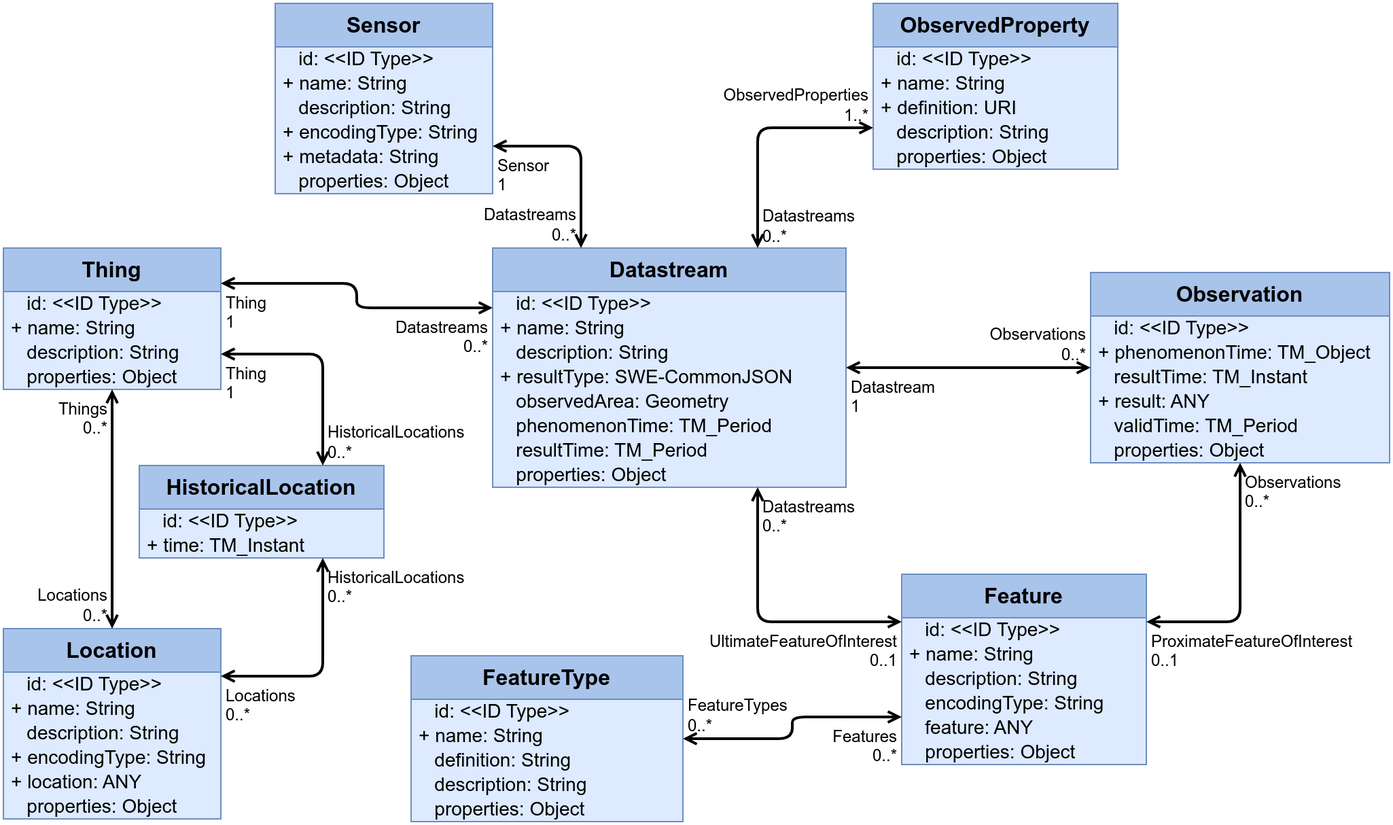
opengeospatial/sensorthings keeps this draw.io diagram as figures/Datamodel-SensorThingsApi-V2-Core.drawio.png. Above is the earlier version. Source tidied: cells renumbered, new cells last; positions are measured from the earlier drawing's top-left corner, leaving out a move shared by most shapes.
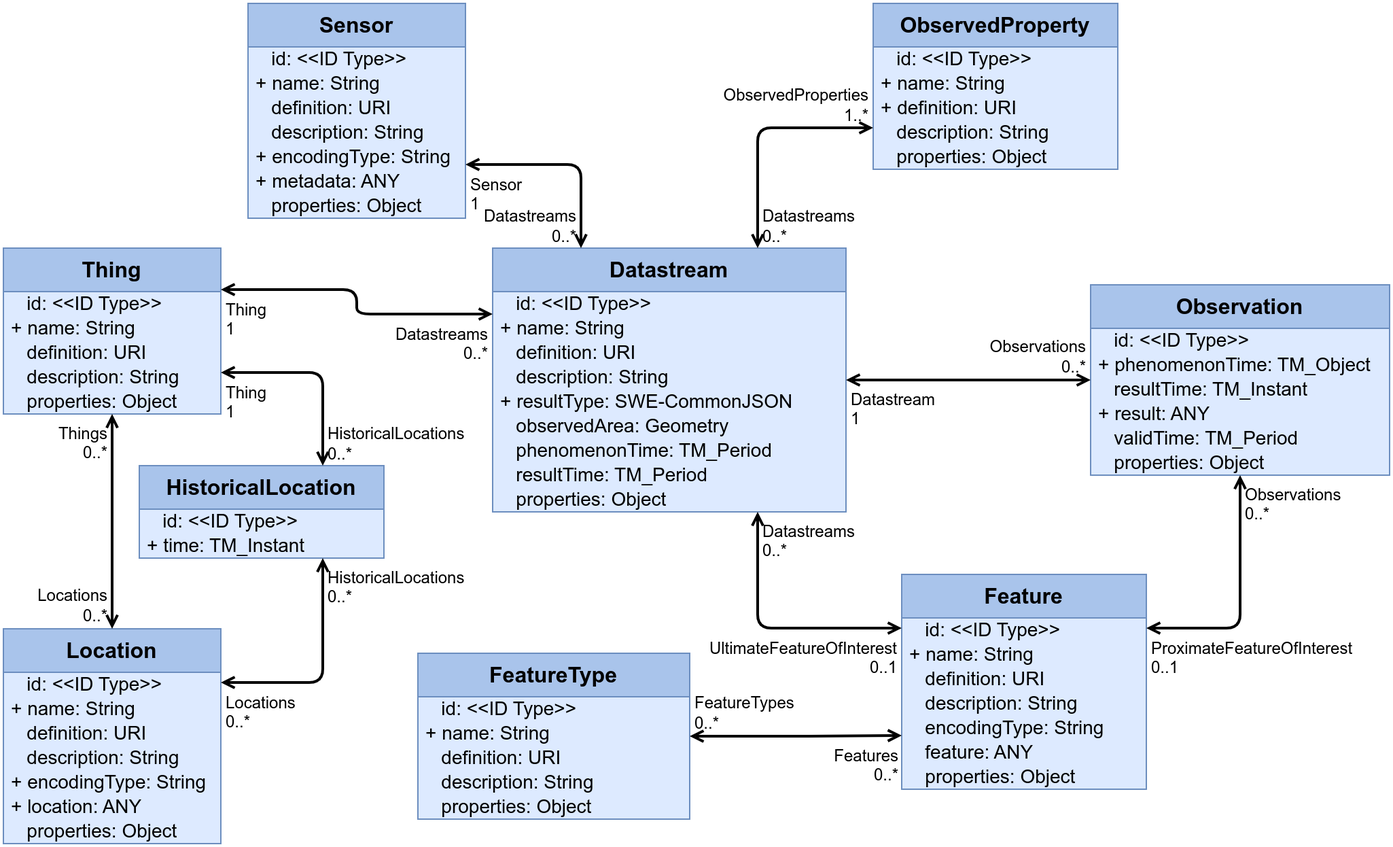
After the change.

The edit, as a diff of the source:
```diff
@@ -3,7 +3,7 @@
     <mxCell id="0" />
     <mxCell id="1" parent="0" />
     <mxCell id="2" value="Datastream" style="swimlane;fontStyle=1;horizontal=1;startSize=32;fontSize=16;whiteSpace=wrap;html=1;fillColor=#A9C4EB;strokeColor=#6c8ebf;swimlaneFillColor=#DDEAFF;verticalAlign=top;" parent="1" vertex="1">
-      <mxGeometry x="360" y="180" width="260" height="176" as="geometry" />
+      <mxGeometry x="360" y="180" width="260" height="194" as="geometry" />
     </mxCell>
     <mxCell id="3" value="&amp;nbsp;&amp;nbsp;&amp;nbsp;id: &amp;lt;&amp;lt;ID Type&amp;gt;&amp;gt;" style="text;strokeColor=none;fillColor=none;align=left;verticalAlign=middle;spacingLeft=4;spacingRight=4;overflow=visible;html=1;fontSize=14;" parent="2" vertex="1">
       <mxGeometry y="32" width="260" height="18" as="geometry" />
@@ -11,26 +11,29 @@
     <mxCell id="4" value="+ name: String" style="text;strokeColor=none;fillColor=none;align=left;verticalAlign=middle;spacingLeft=4;spacingRight=4;overflow=visible;html=1;fontSize=14;" parent="2" vertex="1">
       <mxGeometry y="50" width="260" height="18" as="geometry" />
     </mxCell>
+    <mxCell id="89" value="&amp;nbsp; &amp;nbsp;definition: URI" style="text;strokeColor=none;fillColor=none;align=left;verticalAlign=middle;spacingLeft=4;spacingRight=4;overflow=visible;html=1;fontSize=14;" parent="2" vertex="1">
+      <mxGeometry y="68" width="260" height="18" as="geometry" />
+    </mxCell>
     <mxCell id="5" value="&amp;nbsp; &amp;nbsp;description: String" style="text;strokeColor=none;fillColor=none;align=left;verticalAlign=middle;spacingLeft=4;spacingRight=4;overflow=visible;html=1;fontSize=14;" parent="2" vertex="1">
-      <mxGeometry y="68" width="260" height="18" as="geometry" />
+      <mxGeometry y="86" width="260" height="18" as="geometry" />
     </mxCell>
     <mxCell id="6" value="+ resultType: SWE-CommonJSON" style="text;strokeColor=none;fillColor=none;align=left;verticalAlign=middle;spacingLeft=4;spacingRight=4;overflow=visible;html=1;fontSize=14;" parent="2" vertex="1">
-      <mxGeometry y="86" width="260" height="18" as="geometry" />
+      <mxGeometry y="104" width="260" height="18" as="geometry" />
     </mxCell>
     <mxCell id="7" value="&amp;nbsp;&amp;nbsp;&amp;nbsp;observedArea: Geometry" style="text;strokeColor=none;fillColor=none;align=left;verticalAlign=middle;spacingLeft=4;spacingRight=4;overflow=visible;html=1;fontSize=14;" parent="2" vertex="1">
-      <mxGeometry y="104" width="260" height="18" as="geometry" />
+      <mxGeometry y="122" width="260" height="18" as="geometry" />
     </mxCell>
     <mxCell id="8" value="&amp;nbsp;&amp;nbsp;&amp;nbsp;phenomenonTime:&amp;nbsp;TM_Period" style="text;strokeColor=none;fillColor=none;align=left;verticalAlign=middle;spacingLeft=4;spacingRight=4;overflow=visible;html=1;fontSize=14;" parent="2" vertex="1">
-      <mxGeometry y="122" width="260" height="18" as="geometry" />
+      <mxGeometry y="140" width="260" height="18" as="geometry" />
     </mxCell>
     <mxCell id="9" value="&amp;nbsp;&amp;nbsp;&amp;nbsp;resultTime:&amp;nbsp;TM_Period" style="text;strokeColor=none;fillColor=none;align=left;verticalAlign=middle;spacingLeft=4;spacingRight=4;overflow=visible;html=1;fontSize=14;" parent="2" vertex="1">
-      <mxGeometry y="140" width="260" height="18" as="geometry" />
+      <mxGeometry y="158" width="260" height="18" as="geometry" />
     </mxCell>
     <mxCell id="10" value="&amp;nbsp;&amp;nbsp;&amp;nbsp;properties: Object" style="text;strokeColor=none;fillColor=none;align=left;verticalAlign=middle;spacingLeft=4;spacingRight=4;overflow=visible;html=1;fontSize=14;" parent="2" vertex="1">
-      <mxGeometry y="158" width="260" height="18" as="geometry" />
+      <mxGeometry y="176" width="260" height="18" as="geometry" />
     </mxCell>
     <mxCell id="11" value="Feature" style="swimlane;fontStyle=1;horizontal=1;startSize=32;fontSize=16;whiteSpace=wrap;html=1;fillColor=#A9C4EB;strokeColor=#6c8ebf;swimlaneFillColor=#DDEAFF;verticalAlign=top;" parent="1" vertex="1">
-      <mxGeometry x="661" y="420" width="180" height="140" as="geometry" />
+      <mxGeometry x="661" y="420" width="180" height="158" as="geometry" />
     </mxCell>
     <mxCell id="12" value="&amp;nbsp;&amp;nbsp;&amp;nbsp;id: &amp;lt;&amp;lt;ID Type&amp;gt;&amp;gt;" style="text;strokeColor=none;fillColor=none;align=left;verticalAlign=middle;spacingLeft=4;spacingRight=4;overflow=visible;html=1;fontSize=14;" parent="11" vertex="1">
       <mxGeometry y="32" width="180" height="18" as="geometry" />
@@ -38,17 +41,20 @@
     <mxCell id="13" value="+ name: String" style="text;strokeColor=none;fillColor=none;align=left;verticalAlign=middle;spacingLeft=4;spacingRight=4;overflow=visible;html=1;fontSize=14;" parent="11" vertex="1">
       <mxGeometry y="50" width="180" height="18" as="geometry" />
     </mxCell>
+    <mxCell id="90" value="&amp;nbsp; &amp;nbsp;definition: URI" style="text;strokeColor=none;fillColor=none;align=left;verticalAlign=middle;spacingLeft=4;spacingRight=4;overflow=visible;html=1;fontSize=14;" parent="11" vertex="1">
+      <mxGeometry y="68" width="180" height="18" as="geometry" />
+    </mxCell>
     <mxCell id="14" value="&amp;nbsp; &amp;nbsp;description: String" style="text;strokeColor=none;fillColor=none;align=left;verticalAlign=middle;spacingLeft=4;spacingRight=4;overflow=visible;html=1;fontSize=14;" parent="11" vertex="1">
-      <mxGeometry y="68" width="180" height="18" as="geometry" />
+      <mxGeometry y="86" width="180" height="18" as="geometry" />
     </mxCell>
     <mxCell id="15" value="&amp;nbsp; &amp;nbsp;encodingType: String" style="text;strokeColor=none;fillColor=none;align=left;verticalAlign=middle;spacingLeft=4;spacingRight=4;overflow=visible;html=1;fontSize=14;" parent="11" vertex="1">
-      <mxGeometry y="86" width="180" height="18" as="geometry" />
+      <mxGeometry y="104" width="180" height="18" as="geometry" />
     </mxCell>
     <mxCell id="16" value="&amp;nbsp; &amp;nbsp;feature: ANY" style="text;strokeColor=none;fillColor=none;align=left;verticalAlign=middle;spacingLeft=4;spacingRight=4;overflow=visible;html=1;fontSize=14;" parent="11" vertex="1">
-      <mxGeometry y="104" width="180" height="18" as="geometry" />
+      <mxGeometry y="122" width="180" height="18" as="geometry" />
     </mxCell>
     <mxCell id="17" value="&amp;nbsp;&amp;nbsp;&amp;nbsp;properties: Object" style="text;strokeColor=none;fillColor=none;align=left;verticalAlign=middle;spacingLeft=4;spacingRight=4;overflow=visible;html=1;fontSize=14;" parent="11" vertex="1">
-      <mxGeometry y="122" width="180" height="18" as="geometry" />
+      <mxGeometry y="140" width="180" height="18" as="geometry" />
     </mxCell>
     <mxCell id="18" style="endArrow=open;startArrow=open;html=1;rounded=1;exitX=0;exitY=0.25;exitDx=0;exitDy=0;edgeStyle=orthogonalEdgeStyle;entryX=0.75;entryY=1;entryDx=0;entryDy=0;curved=0;strokeWidth=2;startFill=0;endFill=0;" parent="1" edge="1" source="11" target="2">
       <mxGeometry relative="1" as="geometry" />
@@ -60,7 +66,7 @@
       <mxGeometry x="1" relative="1" as="geometry" />
     </mxCell>
     <mxCell id="21" value="FeatureType" style="swimlane;fontStyle=1;horizontal=1;startSize=32;fontSize=16;whiteSpace=wrap;html=1;fillColor=#A9C4EB;strokeColor=#6c8ebf;swimlaneFillColor=#DDEAFF;verticalAlign=top;" parent="1" vertex="1">
-      <mxGeometry x="300" y="480" width="200" height="122" as="geometry" />
+      <mxGeometry x="305" y="478" width="200" height="122" as="geometry" />
     </mxCell>
     <mxCell id="22" value="&amp;nbsp;&amp;nbsp;&amp;nbsp;id: &amp;lt;&amp;lt;ID Type&amp;gt;&amp;gt;" style="text;strokeColor=none;fillColor=none;align=left;verticalAlign=middle;spacingLeft=4;spacingRight=4;overflow=visible;html=1;fontSize=14;" parent="21" vertex="1">
       <mxGeometry y="32" width="200" height="18" as="geometry" />
@@ -68,7 +74,7 @@
     <mxCell id="23" value="+ name: String" style="text;strokeColor=none;fillColor=none;align=left;verticalAlign=middle;spacingLeft=4;spacingRight=4;overflow=visible;html=1;fontSize=14;" parent="21" vertex="1">
       <mxGeometry y="50" width="200" height="18" as="geometry" />
     </mxCell>
-    <mxCell id="24" value="&amp;nbsp; &amp;nbsp;definition: String" style="text;strokeColor=none;fillColor=none;align=left;verticalAlign=middle;spacingLeft=4;spacingRight=4;overflow=visible;html=1;fontSize=14;" parent="21" vertex="1">
+    <mxCell id="24" value="&amp;nbsp; &amp;nbsp;definition: URI" style="text;strokeColor=none;fillColor=none;align=left;verticalAlign=middle;spacingLeft=4;spacingRight=4;overflow=visible;html=1;fontSize=14;" parent="21" vertex="1">
       <mxGeometry y="68" width="200" height="18" as="geometry" />
     </mxCell>
     <mxCell id="25" value="&amp;nbsp;&amp;nbsp;&amp;nbsp;description: String" style="text;strokeColor=none;fillColor=none;align=left;verticalAlign=middle;spacingLeft=4;spacingRight=4;overflow=visible;html=1;fontSize=14;" parent="21" vertex="1">
@@ -96,7 +102,7 @@
       <mxGeometry y="50" width="180" height="18" as="geometry" />
     </mxCell>
     <mxCell id="33" value="Location" style="swimlane;fontStyle=1;horizontal=1;startSize=32;fontSize=16;whiteSpace=wrap;html=1;fillColor=#A9C4EB;strokeColor=#6c8ebf;swimlaneFillColor=#DDEAFF;verticalAlign=top;" parent="1" vertex="1">
-      <mxGeometry y="460" width="160" height="140" as="geometry" />
+      <mxGeometry y="460" width="160" height="158" as="geometry" />
     </mxCell>
     <mxCell id="34" value="&amp;nbsp;&amp;nbsp;&amp;nbsp;id: &amp;lt;&amp;lt;ID Type&amp;gt;&amp;gt;" style="text;strokeColor=none;fillColor=none;align=left;verticalAlign=middle;spacingLeft=4;spacingRight=4;overflow=visible;html=1;fontSize=14;" parent="33" vertex="1">
       <mxGeometry y="32" width="160" height="18" as="geometry" />
@@ -104,17 +110,20 @@
     <mxCell id="35" value="+ name: String" style="text;strokeColor=none;fillColor=none;align=left;verticalAlign=middle;spacingLeft=4;spacingRight=4;overflow=visible;html=1;fontSize=14;" parent="33" vertex="1">
       <mxGeometry y="50" width="160" height="18" as="geometry" />
     </mxCell>
+    <mxCell id="91" value="&amp;nbsp; &amp;nbsp;definition: URI" style="text;strokeColor=none;fillColor=none;align=left;verticalAlign=middle;spacingLeft=4;spacingRight=4;overflow=visible;html=1;fontSize=14;" parent="33" vertex="1">
+      <mxGeometry y="68" width="160" height="18" as="geometry" />
+    </mxCell>
     <mxCell id="36" value="&amp;nbsp; &amp;nbsp;description: String" style="text;strokeColor=none;fillColor=none;align=left;verticalAlign=middle;spacingLeft=4;spacingRight=4;overflow=visible;html=1;fontSize=14;" parent="33" vertex="1">
-      <mxGeometry y="68" width="160" height="18" as="geometry" />
+      <mxGeometry y="86" width="160" height="18" as="geometry" />
     </mxCell>
     <mxCell id="37" value="+ encodingType: String" style="text;strokeColor=none;fillColor=none;align=left;verticalAlign=middle;spacingLeft=4;spacingRight=4;overflow=visible;html=1;fontSize=14;" parent="33" vertex="1">
-      <mxGeometry y="86" width="160" height="18" as="geometry" />
+      <mxGeometry y="104" width="160" height="18" as="geometry" />
     </mxCell>
     <mxCell id="38" value="+ location: ANY" style="text;strokeColor=none;fillColor=none;align=left;verticalAlign=middle;spacingLeft=4;spacingRight=4;overflow=visible;html=1;fontSize=14;" parent="33" vertex="1">
-      <mxGeometry y="104" width="160" height="18" as="geometry" />
+      <mxGeometry y="122" width="160" height="18" as="geometry" />
     </mxCell>
     <mxCell id="39" value="&amp;nbsp;&amp;nbsp;&amp;nbsp;properties: Object" style="text;strokeColor=none;fillColor=none;align=left;verticalAlign=middle;spacingLeft=4;spacingRight=4;overflow=visible;html=1;fontSize=14;" parent="33" vertex="1">
-      <mxGeometry y="122" width="160" height="18" as="geometry" />
+      <mxGeometry y="140" width="160" height="18" as="geometry" />
     </mxCell>
     <mxCell id="40" style="endArrow=open;startArrow=open;html=1;rounded=1;entryX=0.75;entryY=1;entryDx=0;entryDy=0;edgeStyle=orthogonalEdgeStyle;exitX=1;exitY=0.25;exitDx=0;exitDy=0;strokeWidth=2;curved=0;startFill=0;endFill=0;" parent="1" edge="1" source="33" target="30">
       <mxGeometry relative="1" as="geometry" />
@@ -126,7 +135,7 @@
       <mxGeometry x="1" relative="1" as="geometry" />
     </mxCell>
     <mxCell id="43" value="Observation" style="swimlane;fontStyle=1;horizontal=1;startSize=32;fontSize=16;whiteSpace=wrap;html=1;fillColor=#A9C4EB;strokeColor=#6c8ebf;swimlaneFillColor=#DDEAFF;verticalAlign=top;" parent="1" vertex="1">
-      <mxGeometry x="800" y="198" width="220" height="140" as="geometry" />
+      <mxGeometry x="800" y="207" width="220" height="140" as="geometry" />
     </mxCell>
     <mxCell id="44" value="&amp;nbsp;&amp;nbsp;&amp;nbsp;id: &amp;lt;&amp;lt;ID Type&amp;gt;&amp;gt;" style="text;strokeColor=none;fillColor=none;align=left;verticalAlign=middle;spacingLeft=4;spacingRight=4;overflow=visible;html=1;fontSize=14;" parent="43" vertex="1">
       <mxGeometry y="32" width="220" height="18" as="geometry" />
@@ -192,7 +201,7 @@
       <mxGeometry x="1" relative="1" as="geometry" />
     </mxCell>
     <mxCell id="65" value="Sensor" style="swimlane;fontStyle=1;horizontal=1;startSize=32;fontSize=16;whiteSpace=wrap;html=1;fillColor=#A9C4EB;strokeColor=#6c8ebf;swimlaneFillColor=#DDEAFF;verticalAlign=top;" parent="1" vertex="1">
-      <mxGeometry x="200" width="160" height="140" as="geometry" />
+      <mxGeometry x="180" width="160" height="158" as="geometry" />
     </mxCell>
     <mxCell id="66" value="&amp;nbsp;&amp;nbsp;&amp;nbsp;id: &amp;lt;&amp;lt;ID Type&amp;gt;&amp;gt;" style="text;strokeColor=none;fillColor=none;align=left;verticalAlign=middle;spacingLeft=4;spacingRight=4;overflow=visible;html=1;fontSize=14;" parent="65" vertex="1">
       <mxGeometry y="32" width="160" height="18" as="geometry" />
@@ -200,17 +209,20 @@
     <mxCell id="67" value="+ name: String" style="text;strokeColor=none;fillColor=none;align=left;verticalAlign=middle;spacingLeft=4;spacingRight=4;overflow=visible;html=1;fontSize=14;" parent="65" vertex="1">
       <mxGeometry y="50" width="160" height="18" as="geometry" />
     </mxCell>
+    <mxCell id="92" value="&amp;nbsp; &amp;nbsp;definition: URI" style="text;strokeColor=none;fillColor=none;align=left;verticalAlign=middle;spacingLeft=4;spacingRight=4;overflow=visible;html=1;fontSize=14;" parent="65" vertex="1">
+      <mxGeometry y="68" width="160" height="18" as="geometry" />
+    </mxCell>
     <mxCell id="68" value="&amp;nbsp; &amp;nbsp;description: String" style="text;strokeColor=none;fillColor=none;align=left;verticalAlign=middle;spacingLeft=4;spacingRight=4;overflow=visible;html=1;fontSize=14;" parent="65" vertex="1">
-      <mxGeometry y="68" width="160" height="18" as="geometry" />
+      <mxGeometry y="86" width="160" height="18" as="geometry" />
     </mxCell>
     <mxCell id="69" value="+ encodingType: String" style="text;strokeColor=none;fillColor=none;align=left;verticalAlign=middle;spacingLeft=4;spacingRight=4;overflow=visible;html=1;fontSize=14;" parent="65" vertex="1">
-      <mxGeometry y="86" width="160" height="18" as="geometry" />
+      <mxGeometry y="104" width="160" height="18" as="geometry" />
     </mxCell>
-    <mxCell id="70" value="+ metadata: String" style="text;strokeColor=none;fillColor=none;align=left;verticalAlign=middle;spacingLeft=4;spacingRight=4;overflow=visible;html=1;fontSize=14;" parent="65" vertex="1">
-      <mxGeometry y="104" width="160" height="18" as="geometry" />
+    <mxCell id="70" value="+ metadata: ANY" style="text;strokeColor=none;fillColor=none;align=left;verticalAlign=middle;spacingLeft=4;spacingRight=4;overflow=visible;html=1;fontSize=14;" parent="65" vertex="1">
+      <mxGeometry y="122" width="160" height="18" as="geometry" />
     </mxCell>
     <mxCell id="71" value="&amp;nbsp;&amp;nbsp;&amp;nbsp;properties: Object" style="text;strokeColor=none;fillColor=none;align=left;verticalAlign=middle;spacingLeft=4;spacingRight=4;overflow=visible;html=1;fontSize=14;" parent="65" vertex="1">
-      <mxGeometry y="122" width="160" height="18" as="geometry" />
+      <mxGeometry y="140" width="160" height="18" as="geometry" />
     </mxCell>
     <mxCell id="72" style="endArrow=open;startArrow=open;html=1;rounded=1;entryX=0.25;entryY=0;entryDx=0;entryDy=0;edgeStyle=orthogonalEdgeStyle;exitX=1;exitY=0.75;exitDx=0;exitDy=0;curved=0;strokeWidth=2;startFill=0;endFill=0;" parent="1" edge="1" source="65" target="2">
       <mxGeometry relative="1" as="geometry" />
@@ -222,7 +234,7 @@
       <mxGeometry x="1" relative="1" as="geometry" />
     </mxCell>
     <mxCell id="75" value="Thing" style="swimlane;fontStyle=1;horizontal=1;startSize=32;fontSize=16;whiteSpace=wrap;html=1;fillColor=#A9C4EB;strokeColor=#6c8ebf;swimlaneFillColor=#DDEAFF;verticalAlign=top;" parent="1" vertex="1">
-      <mxGeometry y="180" width="160" height="104" as="geometry" />
+      <mxGeometry y="180" width="160" height="122" as="geometry" />
     </mxCell>
     <mxCell id="76" value="&amp;nbsp;&amp;nbsp;&amp;nbsp;id: &amp;lt;&amp;lt;ID Type&amp;gt;&amp;gt;" style="text;strokeColor=none;fillColor=none;align=left;verticalAlign=middle;spacingLeft=4;spacingRight=4;overflow=visible;html=1;fontSize=14;" parent="75" vertex="1">
       <mxGeometry y="32" width="160" height="18" as="geometry" />
@@ -230,11 +242,14 @@
     <mxCell id="77" value="+ name: String" style="text;strokeColor=none;fillColor=none;align=left;verticalAlign=middle;spacingLeft=4;spacingRight=4;overflow=visible;html=1;fontSize=14;" parent="75" vertex="1">
       <mxGeometry y="50" width="160" height="18" as="geometry" />
     </mxCell>
+    <mxCell id="93" value="&amp;nbsp; &amp;nbsp;definition: URI" style="text;strokeColor=none;fillColor=none;align=left;verticalAlign=middle;spacingLeft=4;spacingRight=4;overflow=visible;html=1;fontSize=14;" parent="75" vertex="1">
+      <mxGeometry y="68" width="160" height="18" as="geometry" />
+    </mxCell>
     <mxCell id="78" value="&amp;nbsp; &amp;nbsp;description: String" style="text;strokeColor=none;fillColor=none;align=left;verticalAlign=middle;spacingLeft=4;spacingRight=4;overflow=visible;html=1;fontSize=14;" parent="75" vertex="1">
-      <mxGeometry y="68" width="160" height="18" as="geometry" />
+      <mxGeometry y="86" width="160" height="18" as="geometry" />
     </mxCell>
     <mxCell id="79" value="&amp;nbsp;&amp;nbsp;&amp;nbsp;properties: Object" style="text;strokeColor=none;fillColor=none;align=left;verticalAlign=middle;spacingLeft=4;spacingRight=4;overflow=visible;html=1;fontSize=14;" parent="75" vertex="1">
-      <mxGeometry y="86" width="160" height="18" as="geometry" />
+      <mxGeometry y="104" width="160" height="18" as="geometry" />
     </mxCell>
     <mxCell id="80" style="endArrow=open;startArrow=open;html=1;rounded=1;exitX=1;exitY=0.75;exitDx=0;exitDy=0;edgeStyle=orthogonalEdgeStyle;entryX=0.75;entryY=0;entryDx=0;entryDy=0;strokeWidth=2;curved=0;startFill=0;endFill=0;" parent="1" edge="1" source="75" target="30">
       <mxGeometry relative="1" as="geometry" />
```
